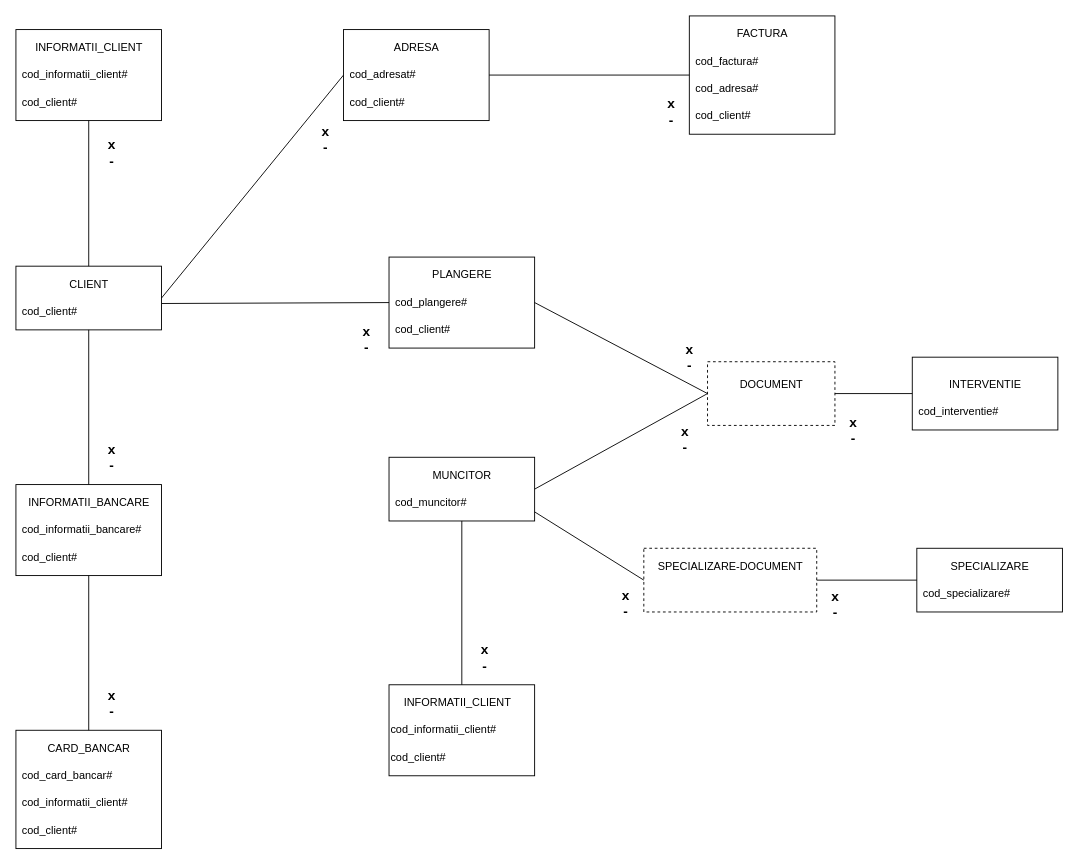
Above: Proiect/Diagram_Conceptuala.drawio in ProiecteFacultate/Proiect_BD (draw.io), before the change. Source tidied: cells renumbered, new cells numbered last; positions are measured from the earlier drawing's top-left corner, leaving out a move shared by most shapes. Both pictures are drawn from the tidied source at 91%, with x=0, y=0 at pixel (15, 15).
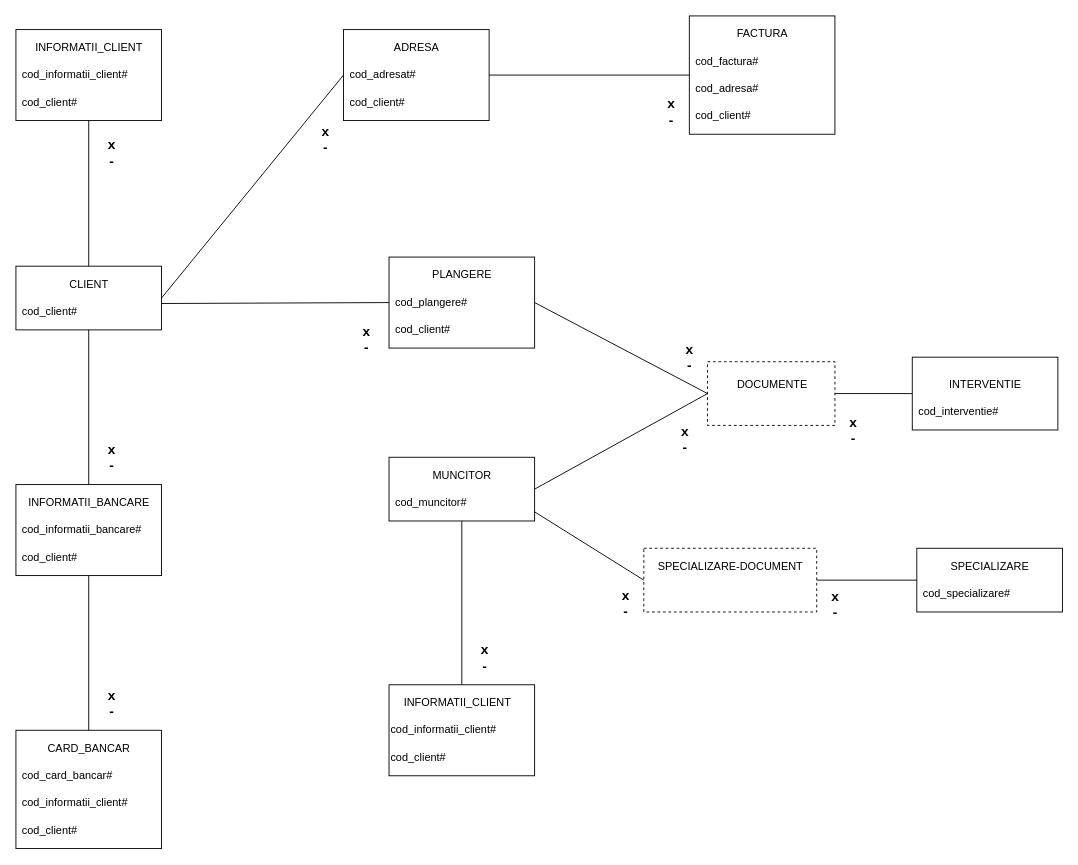
The same diagram, later.

The edit, as a diff of the source:
```diff
@@
-    <mxCell id="56" value="DOCUMENT" style="text;html=1;align=center;verticalAlign=middle;fillColor=none;strokeColor=none;rounded=0;" parent="1" vertex="1">
-      <mxGeometry x="790" y="395" width="80" height="20" as="geometry" />
+    <mxCell id="56" value="DOCUMENTE" style="text;html=1;align=center;verticalAlign=middle;fillColor=none;strokeColor=none;rounded=0;" parent="1" vertex="1">
+      <mxGeometry x="787" y="396" width="87" height="18" as="geometry" />
     </mxCell>
```
